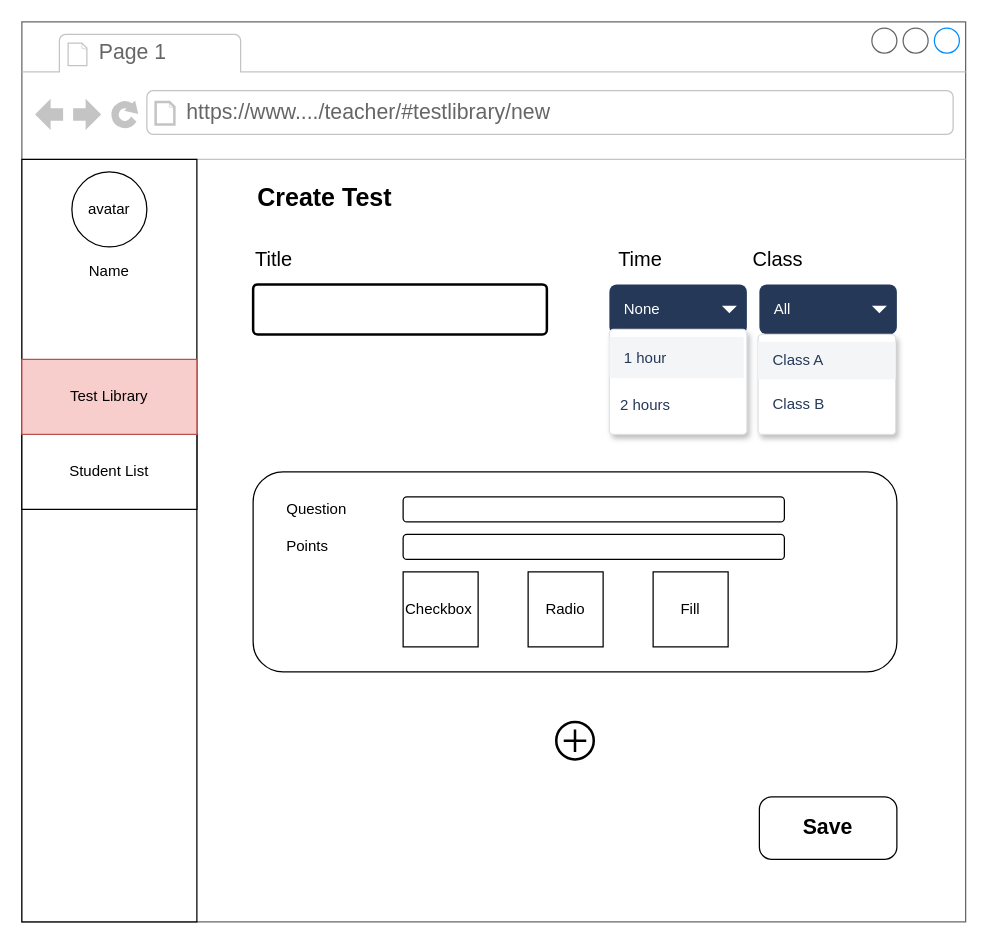
Above: page "create test (teacher)" (7 of 14) of Untitled Diagram.drawio in BuiHongChien/online-test-web-app (draw.io), before the change. Source tidied: cells renumbered, new cells numbered last; positions are measured from the earlier drawing's top-left corner, leaving out a move shared by most shapes. Both pictures are drawn from the tidied source at 125%, with x=0, y=0 at pixel (21, 21).
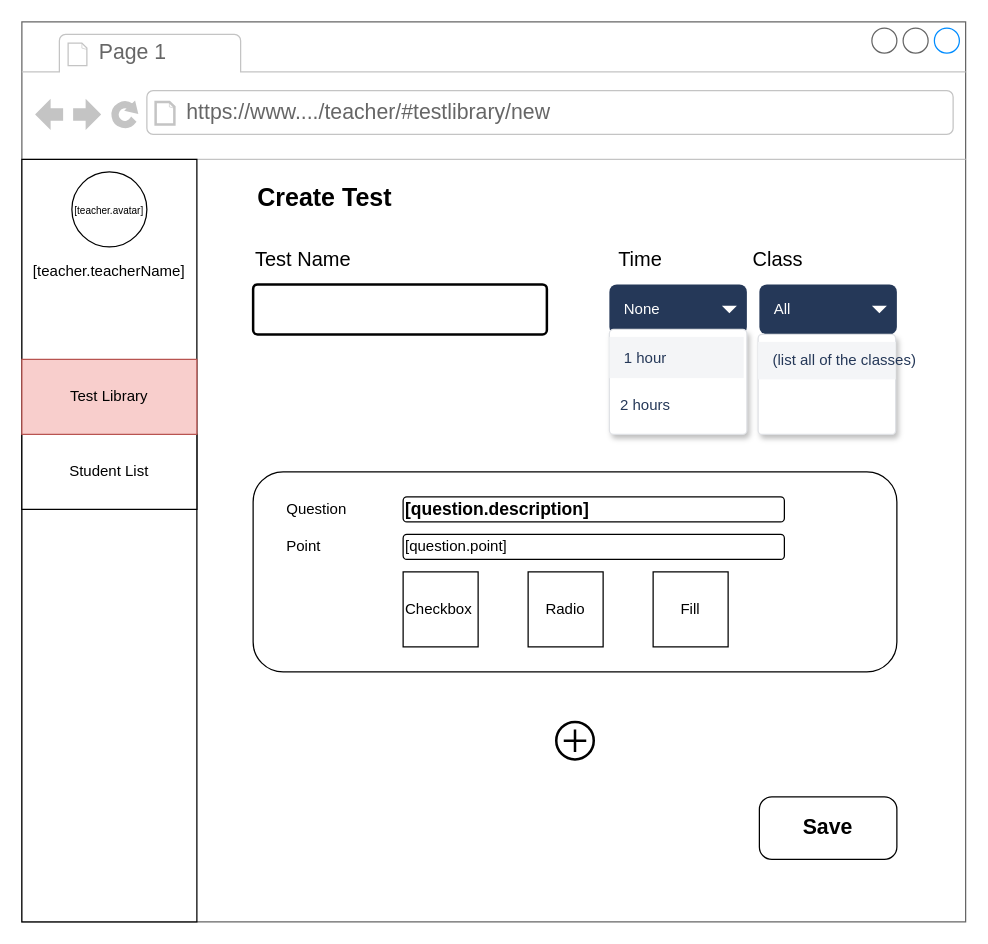
The same page after the edit.

Unchanged cells that the change refers to:
```xml
<mxCell id="2" value="&#10;&#10;&lt;span style=&quot;color: rgb(0, 0, 0); font-family: helvetica; font-size: 12px; font-style: normal; font-weight: 400; letter-spacing: normal; text-align: center; text-indent: 0px; text-transform: none; word-spacing: 0px; background-color: rgb(248, 249, 250); display: inline; float: none;&quot;&gt;History&lt;/span&gt;&#10;&#10;" style="strokeWidth=1;shadow=0;dashed=0;align=left;html=1;shape=mxgraph.mockup.containers.browserWindow;rSize=0;strokeColor=#666666;strokeColor2=#008cff;strokeColor3=#c4c4c4;mainText=,;fillColor=#FFFFFF;fontColor=#000000;" parent="1" vertex="1">
  <mxGeometry width="755" height="720" as="geometry" />
</mxCell>
<mxCell id="15" style="rounded=1;fillColor=#ffffff;strokeColor=#DFE1E5;shadow=1;html=1;arcSize=4;fontSize=14;fontColor=#000000;align=center;" parent="2" vertex="1">
  <mxGeometry x="589" y="250" width="110" height="80" as="geometry" />
</mxCell>
```

What changed in the source:
```diff
@@
-    <mxCell id="6" value="avatar" style="ellipse;whiteSpace=wrap;html=1;strokeColor=#000000;fillColor=#FFFFFF;fontColor=#000000;align=center;" parent="2" vertex="1">
+    <mxCell id="6" value="&lt;span style=&quot;font-size: 8px&quot;&gt;[teacher.avatar]&lt;/span&gt;" style="ellipse;whiteSpace=wrap;html=1;strokeColor=#000000;fillColor=#FFFFFF;fontColor=#000000;align=center;" parent="2" vertex="1">
       <mxGeometry x="40" y="120" width="60" height="60" as="geometry" />
     </mxCell>
-    <mxCell id="7" value="Name" style="text;html=1;strokeColor=none;fillColor=none;align=center;verticalAlign=middle;whiteSpace=wrap;rounded=0;fontColor=#000000;" parent="2" vertex="1">
+    <mxCell id="7" value="[teacher.teacherName]" style="text;html=1;strokeColor=none;fillColor=none;align=center;verticalAlign=middle;whiteSpace=wrap;rounded=0;fontColor=#000000;" parent="2" vertex="1">
       <mxGeometry x="50" y="190" width="40" height="20" as="geometry" />
     </mxCell>
@@
-    <mxCell id="11" value="&lt;font style=&quot;font-size: 16px ; font-weight: normal&quot;&gt;Title&lt;/font&gt;" style="fillColor=none;strokeColor=none;html=1;fontSize=11;fontStyle=0;align=left;fontStyle=1;fontSize=11;" parent="2" vertex="1">
+    <mxCell id="11" value="&lt;font style=&quot;font-size: 16px ; font-weight: normal&quot;&gt;Test Name&lt;/font&gt;" style="fillColor=none;strokeColor=none;html=1;fontSize=11;fontStyle=0;align=left;fontStyle=1;fontSize=11;" parent="2" vertex="1">
       <mxGeometry x="185" y="180" width="240" height="20" as="geometry" />
     </mxCell>
@@
-    <mxCell id="16" value="Class A" style="rounded=0;fillColor=#F4F5F7;strokeColor=none;shadow=0;html=1;align=left;fontSize=12;spacingLeft=10;fontColor=#253858;" parent="15" vertex="1">
+    <mxCell id="16" value="(list all of the classes)" style="rounded=0;fillColor=#F4F5F7;strokeColor=none;shadow=0;html=1;align=left;fontSize=12;spacingLeft=10;fontColor=#253858;" parent="15" vertex="1">
       <mxGeometry width="110" height="30" relative="1" as="geometry">
         <mxPoint y="6" as="offset" />
       </mxGeometry>
     </mxCell>
-    <mxCell id="17" value="Class B" style="rounded=0;fillColor=none;strokeColor=none;shadow=0;html=1;align=left;fontSize=12;spacingLeft=10;fontColor=#253858;" parent="15" vertex="1">
-      <mxGeometry width="110" height="33" relative="1" as="geometry">
-        <mxPoint y="39" as="offset" />
-      </mxGeometry>
-    </mxCell>
@@
-    <mxCell id="21" style="rounded=1;whiteSpace=wrap;html=1;strokeColor=#000000;fillColor=#FFFFFF;fontSize=12;fontColor=#000000;align=left;" parent="2" vertex="1">
+    <mxCell id="21" value="&lt;span style=&quot;font-size: 14px ; font-weight: 700&quot;&gt;[question.description]&lt;/span&gt;" style="rounded=1;whiteSpace=wrap;html=1;strokeColor=#000000;fillColor=#FFFFFF;fontSize=12;fontColor=#000000;align=left;" parent="2" vertex="1">
       <mxGeometry x="305" y="380" width="305" height="20" as="geometry" />
     </mxCell>
@@
-    <mxCell id="33" value="Points" style="text;html=1;strokeColor=none;fillColor=none;align=left;verticalAlign=middle;whiteSpace=wrap;rounded=0;fontSize=12;fontColor=#000000;" parent="2" vertex="1">
+    <mxCell id="33" value="Point" style="text;html=1;strokeColor=none;fillColor=none;align=left;verticalAlign=middle;whiteSpace=wrap;rounded=0;fontSize=12;fontColor=#000000;" parent="2" vertex="1">
       <mxGeometry x="210" y="410" width="65" height="20" as="geometry" />
     </mxCell>
-    <mxCell id="34" style="rounded=1;whiteSpace=wrap;html=1;strokeColor=#000000;fillColor=#FFFFFF;fontSize=12;fontColor=#000000;align=left;" parent="2" vertex="1">
+    <mxCell id="34" value="[question.point]" style="rounded=1;whiteSpace=wrap;html=1;strokeColor=#000000;fillColor=#FFFFFF;fontSize=12;fontColor=#000000;align=left;" parent="2" vertex="1">
       <mxGeometry x="305" y="410" width="305" height="20" as="geometry" />
     </mxCell>
```
